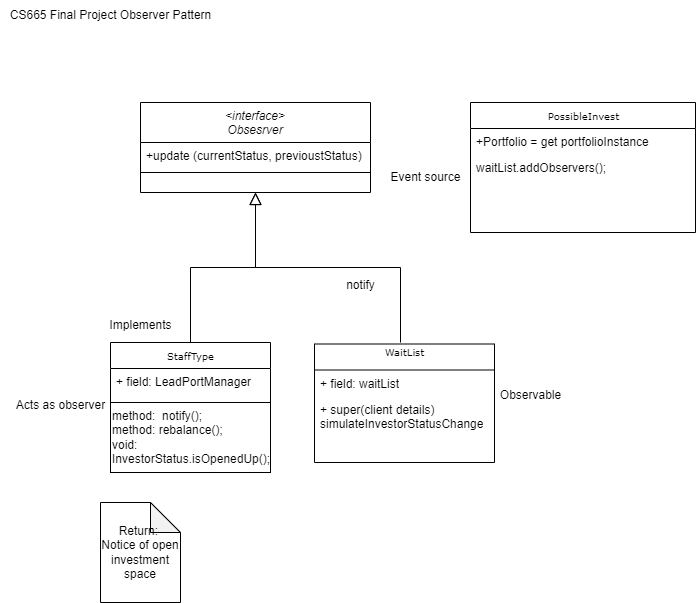
Before: Observer Diag.drawio.png, a diagram exported from draw.io (jimmyjazz31/CSSFinalProject). Source tidied: cells renumbered, new cells last; positions are measured from the earlier drawing's top-left corner, leaving out a move shared by most shapes.
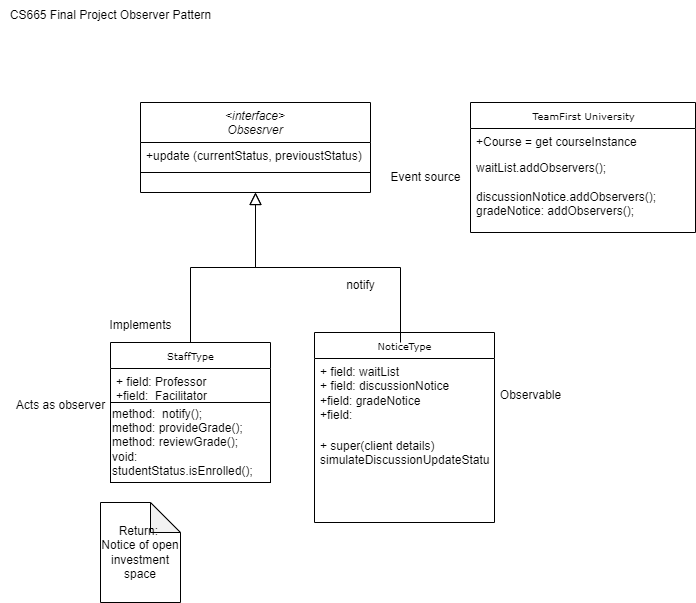
The same diagram one commit later.

Change to the diagram source:
```diff
@@ -22,37 +22,37 @@
       </mxGeometry>
     </mxCell>
     <mxCell id="7" value="StaffType" style="swimlane;html=1;fontStyle=0;horizontal=1;startSize=26;fillColor=none;swimlaneFillColor=#ffffff;rounded=0;shadow=0;comic=0;labelBackgroundColor=none;strokeWidth=1;fontFamily=Verdana;fontSize=10;align=center;" parent="1" vertex="1">
-      <mxGeometry x="110" y="342" width="160" height="60" as="geometry" />
+      <mxGeometry x="110" y="342" width="160" height="70" as="geometry" />
     </mxCell>
-    <mxCell id="8" value="+ field: LeadPortManager" style="text;html=1;strokeColor=none;fillColor=none;align=left;verticalAlign=top;spacingLeft=4;spacingRight=4;whiteSpace=wrap;overflow=hidden;" parent="7" vertex="1">
-      <mxGeometry y="26" width="160" height="26" as="geometry" />
+    <mxCell id="8" value="+ field: Professor&amp;nbsp;&lt;div&gt;+field:&amp;nbsp; Facilitator&amp;nbsp;&lt;/div&gt;" style="text;html=1;strokeColor=none;fillColor=none;align=left;verticalAlign=top;spacingLeft=4;spacingRight=4;whiteSpace=wrap;overflow=hidden;" parent="7" vertex="1">
+      <mxGeometry y="26" width="160" height="44" as="geometry" />
     </mxCell>
     <mxCell id="9" value="Implements" style="text;html=1;align=center;verticalAlign=middle;strokeColor=none;fillColor=none;" parent="1" vertex="1">
       <mxGeometry x="95" y="310" width="90" height="30" as="geometry" />
     </mxCell>
-    <mxCell id="10" value="method:&amp;nbsp; notify();&lt;div&gt;method: rebalance();&lt;/div&gt;&lt;div&gt;void: InvestorStatus.isOpenedUp();&lt;/div&gt;" style="rounded=0;whiteSpace=wrap;html=1;align=left;" parent="1" vertex="1">
-      <mxGeometry x="110" y="402" width="160" height="70" as="geometry" />
+    <mxCell id="10" value="method:&amp;nbsp; notify();&lt;div&gt;method: provideGrade();&lt;/div&gt;&lt;div&gt;method: reviewGrade();&lt;/div&gt;&lt;div&gt;void:&amp;nbsp;&lt;/div&gt;&lt;div&gt;studentStatus.isEnrolled();&lt;/div&gt;" style="rounded=0;whiteSpace=wrap;html=1;align=left;" parent="1" vertex="1">
+      <mxGeometry x="110" y="402" width="160" height="80" as="geometry" />
     </mxCell>
     <mxCell id="11" value="Return:&amp;nbsp; Notice of open investment space" style="shape=note;whiteSpace=wrap;html=1;backgroundOutline=1;darkOpacity=0.05;" parent="1" vertex="1">
       <mxGeometry x="100" y="502" width="80" height="100" as="geometry" />
     </mxCell>
-    <mxCell id="12" value="WaitList&lt;div&gt;&lt;br&gt;&lt;/div&gt;" style="swimlane;html=1;fontStyle=0;horizontal=1;startSize=26;fillColor=none;swimlaneFillColor=#ffffff;rounded=0;shadow=0;comic=0;labelBackgroundColor=none;strokeWidth=1;fontFamily=Verdana;fontSize=10;align=center;" parent="1" vertex="1">
-      <mxGeometry x="314" y="343.5" width="180" height="118.5" as="geometry" />
+    <mxCell id="12" value="&lt;div&gt;NoticeType&lt;/div&gt;" style="swimlane;html=1;fontStyle=0;horizontal=1;startSize=26;fillColor=none;swimlaneFillColor=#ffffff;rounded=0;shadow=0;comic=0;labelBackgroundColor=none;strokeWidth=1;fontFamily=Verdana;fontSize=10;align=center;" parent="1" vertex="1">
+      <mxGeometry x="314" y="332" width="180" height="190" as="geometry" />
     </mxCell>
-    <mxCell id="13" value="+ field: waitList" style="text;html=1;strokeColor=none;fillColor=none;align=left;verticalAlign=top;spacingLeft=4;spacingRight=4;whiteSpace=wrap;overflow=hidden;" parent="12" vertex="1">
-      <mxGeometry y="26" width="180" height="26" as="geometry" />
+    <mxCell id="13" value="+ field: waitList&lt;div&gt;+ field: discussionNotice&lt;/div&gt;&lt;div&gt;+field: gradeNotice&lt;/div&gt;&lt;div&gt;+field:&amp;nbsp;&lt;/div&gt;" style="text;html=1;strokeColor=none;fillColor=none;align=left;verticalAlign=top;spacingLeft=4;spacingRight=4;whiteSpace=wrap;overflow=hidden;" parent="12" vertex="1">
+      <mxGeometry y="26" width="180" height="74" as="geometry" />
     </mxCell>
-    <mxCell id="14" value="+ super(client details)&amp;nbsp;&lt;div&gt;simulateInvestorStatusChange&lt;/div&gt;" style="text;html=1;strokeColor=none;fillColor=none;align=left;verticalAlign=top;spacingLeft=4;spacingRight=4;whiteSpace=wrap;overflow=hidden;" parent="12" vertex="1">
-      <mxGeometry y="52" width="180" height="58" as="geometry" />
+    <mxCell id="14" value="+ super(client details)&amp;nbsp;&lt;div&gt;simulateDiscussionUpdateStatus&lt;/div&gt;" style="text;html=1;strokeColor=none;fillColor=none;align=left;verticalAlign=top;spacingLeft=4;spacingRight=4;whiteSpace=wrap;overflow=hidden;" parent="12" vertex="1">
+      <mxGeometry y="100" width="180" height="58" as="geometry" />
     </mxCell>
-    <mxCell id="15" value="PossibleInvest" style="swimlane;html=1;fontStyle=0;horizontal=1;startSize=26;fillColor=none;swimlaneFillColor=#ffffff;rounded=0;shadow=0;comic=0;labelBackgroundColor=none;strokeWidth=1;fontFamily=Verdana;fontSize=10;align=center;" parent="1" vertex="1">
+    <mxCell id="15" value="TeamFirst University" style="swimlane;html=1;fontStyle=0;horizontal=1;startSize=26;fillColor=none;swimlaneFillColor=#ffffff;rounded=0;shadow=0;comic=0;labelBackgroundColor=none;strokeWidth=1;fontFamily=Verdana;fontSize=10;align=center;" parent="1" vertex="1">
       <mxGeometry x="470" y="102" width="225" height="130" as="geometry" />
     </mxCell>
-    <mxCell id="16" value="+Portfolio = get portfolioInstance" style="text;html=1;strokeColor=none;fillColor=none;align=left;verticalAlign=top;spacingLeft=4;spacingRight=4;whiteSpace=wrap;overflow=hidden;" parent="15" vertex="1">
+    <mxCell id="16" value="+Course = get courseInstance" style="text;html=1;strokeColor=none;fillColor=none;align=left;verticalAlign=top;spacingLeft=4;spacingRight=4;whiteSpace=wrap;overflow=hidden;" parent="15" vertex="1">
       <mxGeometry y="26" width="225" height="26" as="geometry" />
     </mxCell>
-    <mxCell id="17" value="waitList.addObservers();&lt;div&gt;&lt;br&gt;&lt;/div&gt;" style="text;html=1;strokeColor=none;fillColor=none;align=left;verticalAlign=top;spacingLeft=4;spacingRight=4;whiteSpace=wrap;overflow=hidden;" parent="15" vertex="1">
-      <mxGeometry y="52" width="225" height="48" as="geometry" />
+    <mxCell id="17" value="waitList.addObservers();&lt;div&gt;&lt;br&gt;&lt;/div&gt;&lt;div&gt;discussionNotice.addObservers();&lt;/div&gt;&lt;div&gt;gradeNotice: addObservers();&lt;/div&gt;" style="text;html=1;strokeColor=none;fillColor=none;align=left;verticalAlign=top;spacingLeft=4;spacingRight=4;whiteSpace=wrap;overflow=hidden;" parent="15" vertex="1">
+      <mxGeometry y="52" width="225" height="68" as="geometry" />
     </mxCell>
     <mxCell id="18" value="Observable" style="text;html=1;align=center;verticalAlign=middle;strokeColor=none;fillColor=none;" parent="1" vertex="1">
       <mxGeometry x="490" y="380" width="80" height="30" as="geometry" />
```
